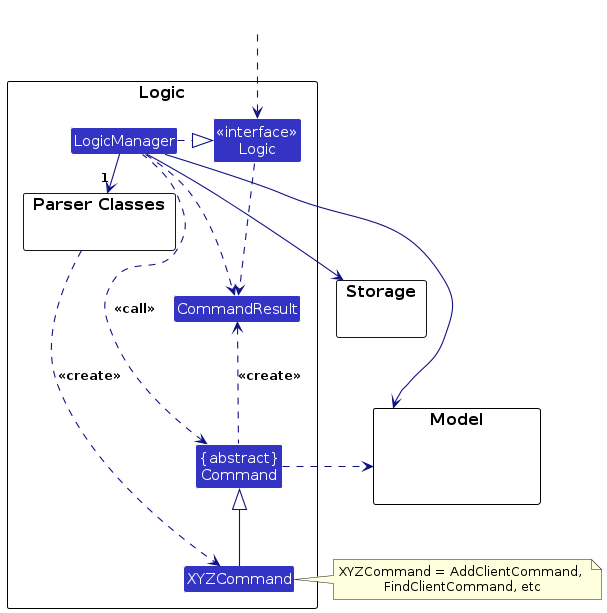
AY2627S1-CS2103T-W14-4/tp keeps this PlantUML diagram as diagrams/LogicClassDiagram.png. Above is the earlier version. Its source is kept beside it as diagrams/LogicClassDiagram.puml.
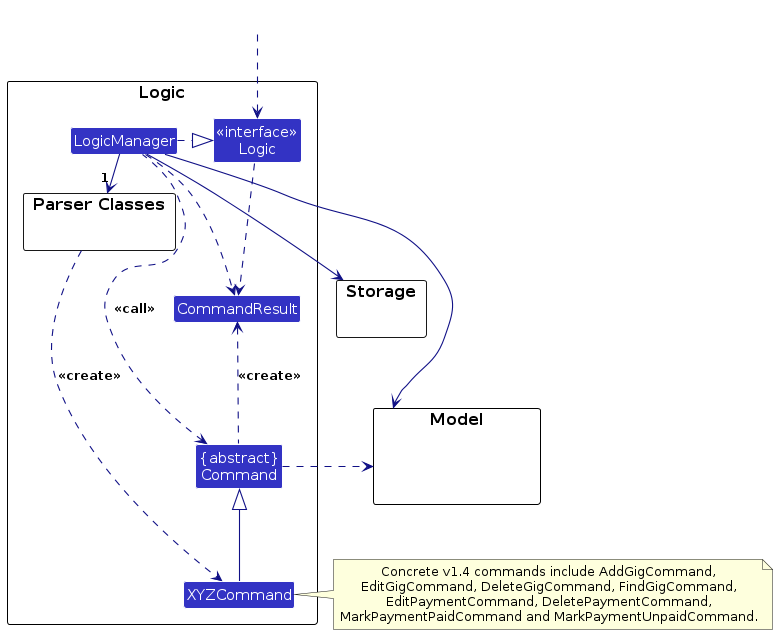
After the change.

The edit, as a diff of the source:
```diff
@@ -39,7 +39,12 @@
 Storage --[hidden] Model
 Command .[hidden]up.> Storage
 Command .right.> Model
-note right of XYZCommand: XYZCommand = AddClientCommand, \nFindClientCommand, etc
+note right of XYZCommand
+  Concrete v1.4 commands include AddGigCommand,
+  EditGigCommand, DeleteGigCommand, FindGigCommand,
+  EditPaymentCommand, DeletePaymentCommand,
+  MarkPaymentPaidCommand and MarkPaymentUnpaidCommand.
+end note
 
 Logic ..> CommandResult
 LogicManager .down.> CommandResult
```
